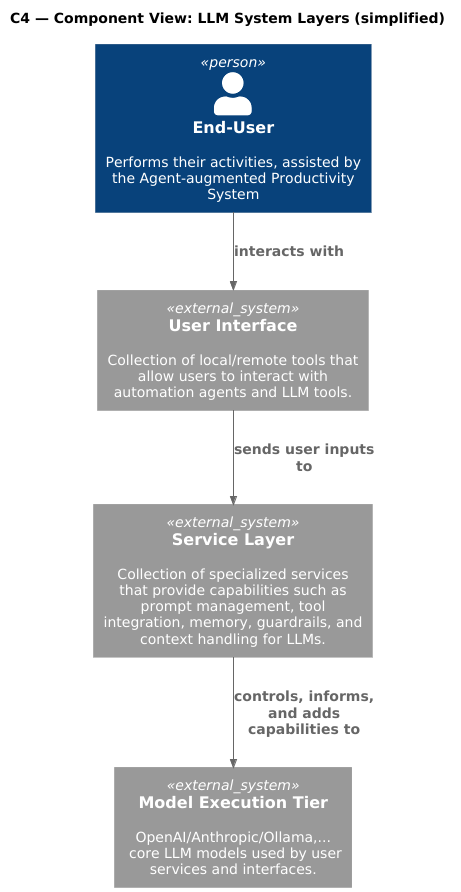
The PlantUML diagram docs/architecture/diagrams/simplified_llm_layers.png in sddevelopment-be/quickstart_agent-augmented-development, before a commit. Source of this version:
```plantuml
@startuml repo_agents_components
title C4 — Component View: LLM System Layers (simplified)

!include https://raw.githubusercontent.com/plantuml-stdlib/C4-PlantUML/master/C4.puml
!include https://raw.githubusercontent.com/plantuml-stdlib/C4-PlantUML/master/C4_Component.puml

skinparam defaultFontName "Verdana"
skinparam defaultFontSize 14
skinparam wrapWidth 260

Person(end_user, "End-User", "Performs their activities, assisted by the Agent-augmented Productivity System")

System_Ext(llm_user_interface, "User Interface", "Collection of local/remote tools that allow users to interact with automation agents and LLM tools.")
System_Ext(llm_service_layer, "Service Layer", "Collection of specialized services that provide capabilities such as prompt management, tool integration, memory, guardrails, and context handling for LLMs.")
System_Ext(model_tier, "Model Execution Tier", "OpenAI/Anthropic/Ollama,... \n core LLM models used by user services and interfaces.")

Rel_D(end_user, llm_user_interface, "interacts with")
Rel_D(llm_user_interface, llm_service_layer, "sends user inputs to")
Rel_D(llm_service_layer, model_tier, "controls, informs, and adds capabilities to")

@enduml
```
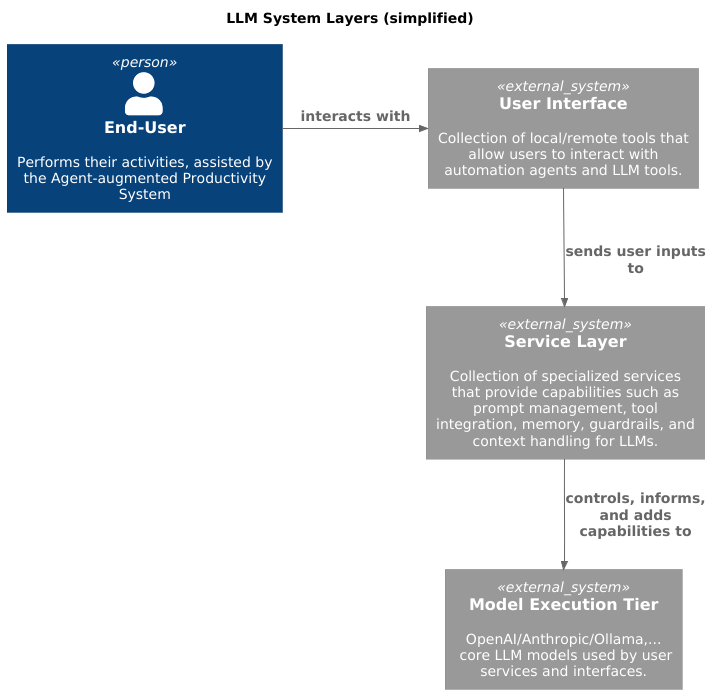
The same diagram one commit later.

Commit message:
Add example agent-collaboration workflow diagram

Diff of the diagram source:
```diff
@@ -1,5 +1,5 @@
 @startuml repo_agents_components
-title C4 — Component View: LLM System Layers (simplified)
+title LLM System Layers (simplified)
 
 !include https://raw.githubusercontent.com/plantuml-stdlib/C4-PlantUML/master/C4.puml
 !include https://raw.githubusercontent.com/plantuml-stdlib/C4-PlantUML/master/C4_Component.puml
@@ -10,12 +10,18 @@
 
 Person(end_user, "End-User", "Performs their activities, assisted by the Agent-augmented Productivity System")
 
-System_Ext(llm_user_interface, "User Interface", "Collection of local/remote tools that allow users to interact with automation agents and LLM tools.")
-System_Ext(llm_service_layer, "Service Layer", "Collection of specialized services that provide capabilities such as prompt management, tool integration, memory, guardrails, and context handling for LLMs.")
-System_Ext(model_tier, "Model Execution Tier", "OpenAI/Anthropic/Ollama,... \n core LLM models used by user services and interfaces.")
+together {
+    System_Ext(llm_user_interface, "User Interface", "Collection of local/remote tools that allow users to interact with automation agents and LLM tools.")
+    System_Ext(llm_service_layer, "Service Layer", "Collection of specialized services that provide capabilities such as prompt management, tool integration, memory, guardrails, and context handling for LLMs.")
+    System_Ext(model_tier, "Model Execution Tier", "OpenAI/Anthropic/Ollama,... \n core LLM models used by user services and interfaces.")
 
-Rel_D(end_user, llm_user_interface, "interacts with")
-Rel_D(llm_user_interface, llm_service_layer, "sends user inputs to")
-Rel_D(llm_service_layer, model_tier, "controls, informs, and adds capabilities to")
+    Rel_D(llm_user_interface, llm_service_layer, "sends user inputs to")
+    Rel_D(llm_service_layer, model_tier, "controls, informs, and adds capabilities to")
+}
+
+
+
+Rel_R(end_user, llm_user_interface, "interacts with")
+
 
 @enduml
```
